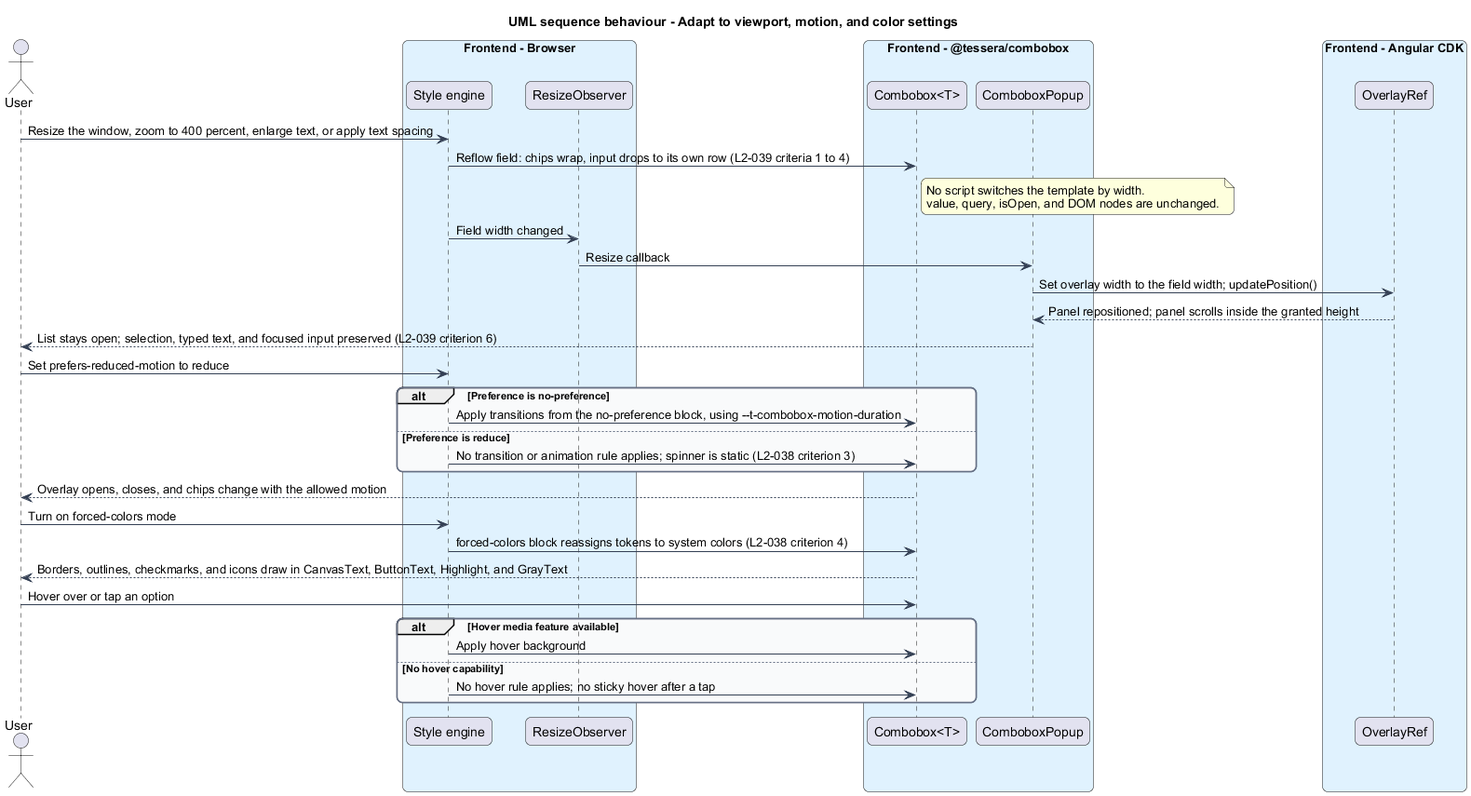
Above: docs/detailed-designs/combobox/present-accessibly/diagrams/sequence-adapt-environment.png in QuinntyneBrown/Tessera (PlantUML), before the change. Its diagram source:
```plantuml
@startuml
title UML sequence behaviour - Adapt to viewport, motion, and color settings
skinparam backgroundColor #FFFFFF
skinparam shadowing false
skinparam roundcorner 12
skinparam defaultFontName Arial
skinparam ArrowColor #344054
skinparam rectangle {
  BorderColor #344054
  FontColor #101828
}
skinparam package {
  BorderColor #667085
  FontColor #101828
  BackgroundColor #F9FAFB
}
actor "User" as user
box "Frontend - Browser" #E0F2FE
  participant "Style engine" as style
  participant "ResizeObserver" as observer
end box
box "Frontend - @tessera/combobox" #E0F2FE
  participant "Combobox<T>" as combobox
  participant "ComboboxPopup" as popup
end box
box "Frontend - Angular CDK" #E0F2FE
  participant "OverlayRef" as overlay
end box

user -> style : Resize the window, zoom to 400 percent, enlarge text, or apply text spacing
style -> combobox : Reflow field: chips wrap, input drops to its own row (L2-039 criteria 1 to 4)
note right of combobox : No script switches the template by width.\nvalue, query, isOpen, and DOM nodes are unchanged.
style -> observer : Field width changed
observer -> popup : Resize callback
popup -> overlay : Set overlay width to the field width; updatePosition()
overlay --> popup : Panel repositioned; panel scrolls inside the granted height
popup --> user : List stays open; selection, typed text, and focused input preserved (L2-039 criterion 6)

user -> style : Set prefers-reduced-motion to reduce
alt Preference is no-preference
  style -> combobox : Apply transitions from the no-preference block, using --t-combobox-motion-duration
else Preference is reduce
  style -> combobox : No transition or animation rule applies; spinner is static (L2-038 criterion 3)
end
combobox --> user : Overlay opens, closes, and chips change with the allowed motion

user -> style : Turn on forced-colors mode
style -> combobox : forced-colors block reassigns tokens to system colors (L2-038 criterion 4)
combobox --> user : Borders, outlines, checkmarks, and icons draw in CanvasText, ButtonText, Highlight, and GrayText

user -> combobox : Hover over or tap an option
alt Hover media feature available
  style -> combobox : Apply hover background
else No hover capability
  style -> combobox : No hover rule applies; no sticky hover after a tap
end
@enduml
```
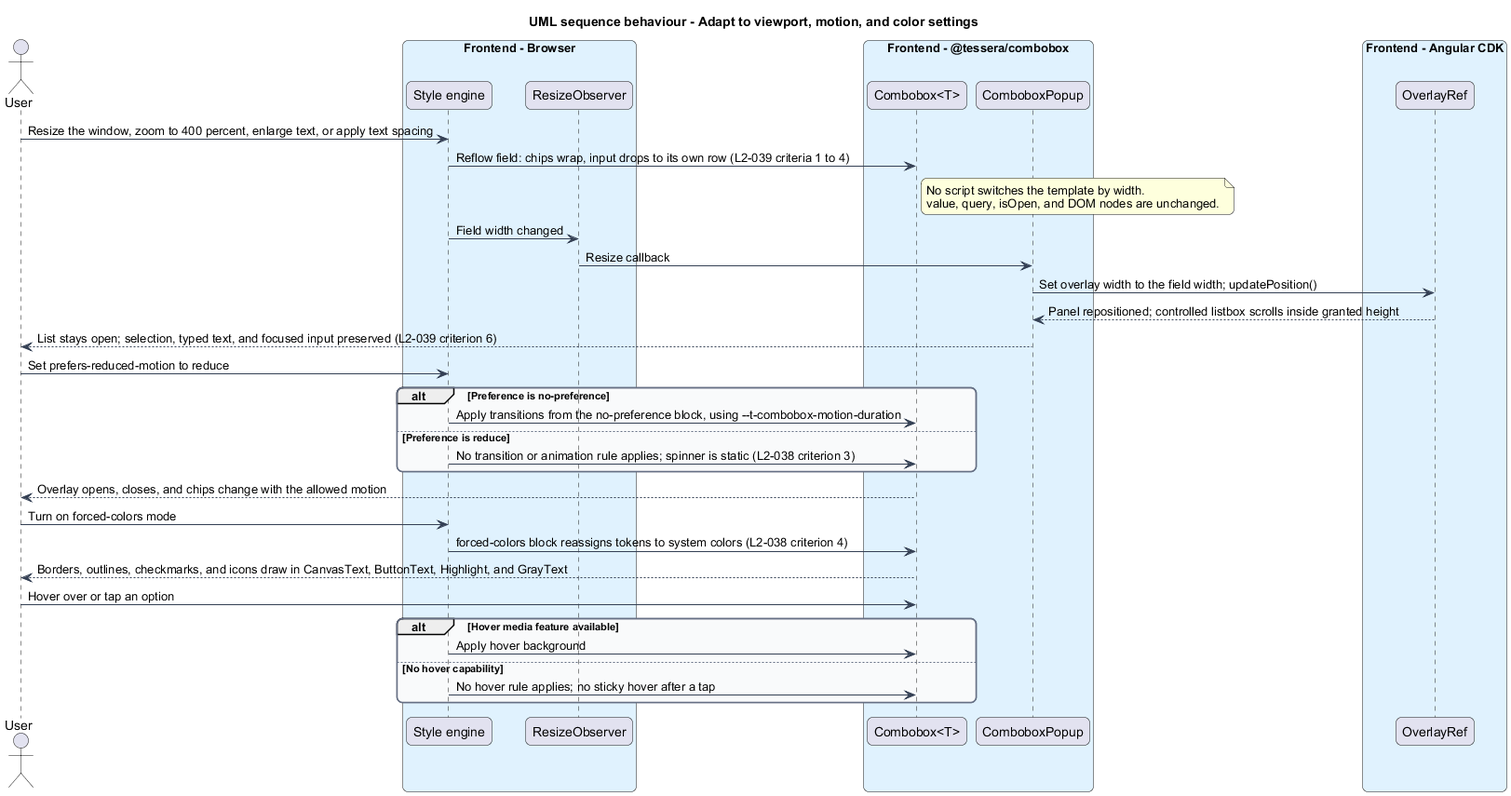
Above is the later version.

Change to the diagram source:
```diff
@@ -33,7 +33,7 @@
 style -> observer : Field width changed
 observer -> popup : Resize callback
 popup -> overlay : Set overlay width to the field width; updatePosition()
-overlay --> popup : Panel repositioned; panel scrolls inside the granted height
+overlay --> popup : Panel repositioned; controlled listbox scrolls inside granted height
 popup --> user : List stays open; selection, typed text, and focused input preserved (L2-039 criterion 6)
 
 user -> style : Set prefers-reduced-motion to reduce
```
